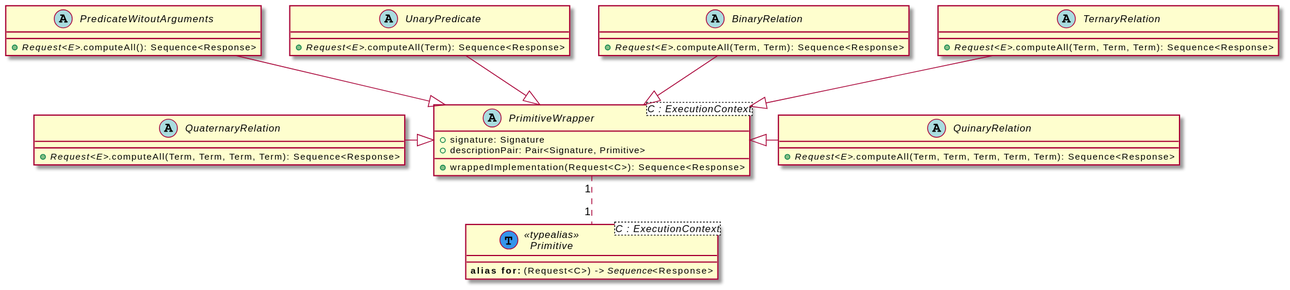
This is figures/wrappers.svg from pikalab-unibo/ise-lab-perception-actuation, a PlantUML export, as it was before one commit. The source it was exported from:
```plantuml
@startuml
interface Primitive<C : ExecutionContext> << (T,#3495eb) typealias >>  {
  **alias for:** (Request<C>) -> //Sequence//<Response>
}

abstract class PrimitiveWrapper<C : ExecutionContext> {
  + signature: Signature
  + descriptionPair: Pair<Signature, Primitive>
  + wrappedImplementation(Request<C>): Sequence<Response>
}

PrimitiveWrapper "1" .. "1" Primitive

abstract class PredicateWitoutArguments {
  + //Request<E>//.computeAll(): Sequence<Response>
}

PredicateWitoutArguments --|> PrimitiveWrapper

abstract class UnaryPredicate {
  + //Request<E>//.computeAll(Term): Sequence<Response>
}

UnaryPredicate --|> PrimitiveWrapper

abstract class BinaryRelation {
  + //Request<E>//.computeAll(Term, Term): Sequence<Response>
}

BinaryRelation --|> PrimitiveWrapper

abstract class TernaryRelation {
  + //Request<E>//.computeAll(Term, Term, Term): Sequence<Response>
}

TernaryRelation --|> PrimitiveWrapper

abstract class QuaternaryRelation {
  + //Request<E>//.computeAll(Term, Term, Term, Term): Sequence<Response>
}

QuaternaryRelation -right-|> PrimitiveWrapper

abstract class QuinaryRelation {
  + //Request<E>//.computeAll(Term, Term, Term, Term, Term): Sequence<Response>
}

QuinaryRelation -left-|> PrimitiveWrapper
@enduml
```
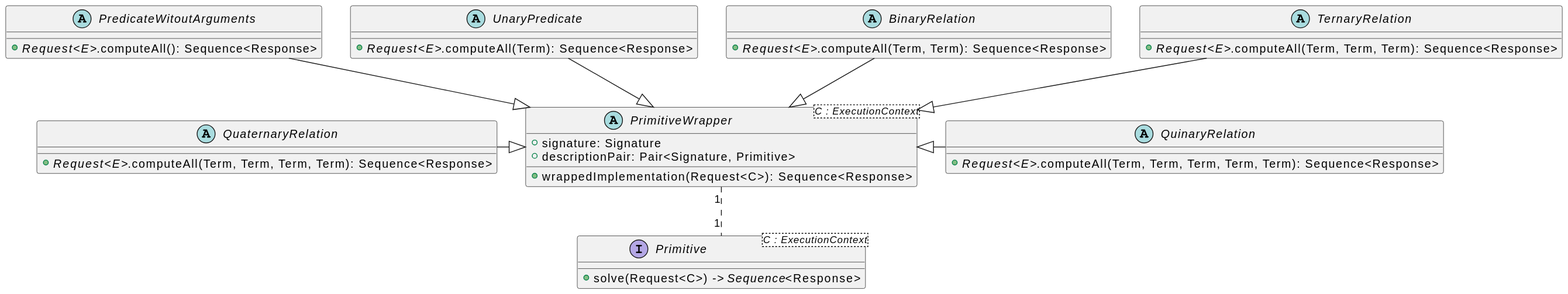
The same file after the commit.

What changed in the source:
```diff
@@ -1,6 +1,6 @@
 @startuml
-interface Primitive<C : ExecutionContext> << (T,#3495eb) typealias >>  {
-  **alias for:** (Request<C>) -> //Sequence//<Response>
+interface Primitive<C : ExecutionContext> {
+  + solve(Request<C>) -> //Sequence//<Response>
 }
 
 abstract class PrimitiveWrapper<C : ExecutionContext> {
```
